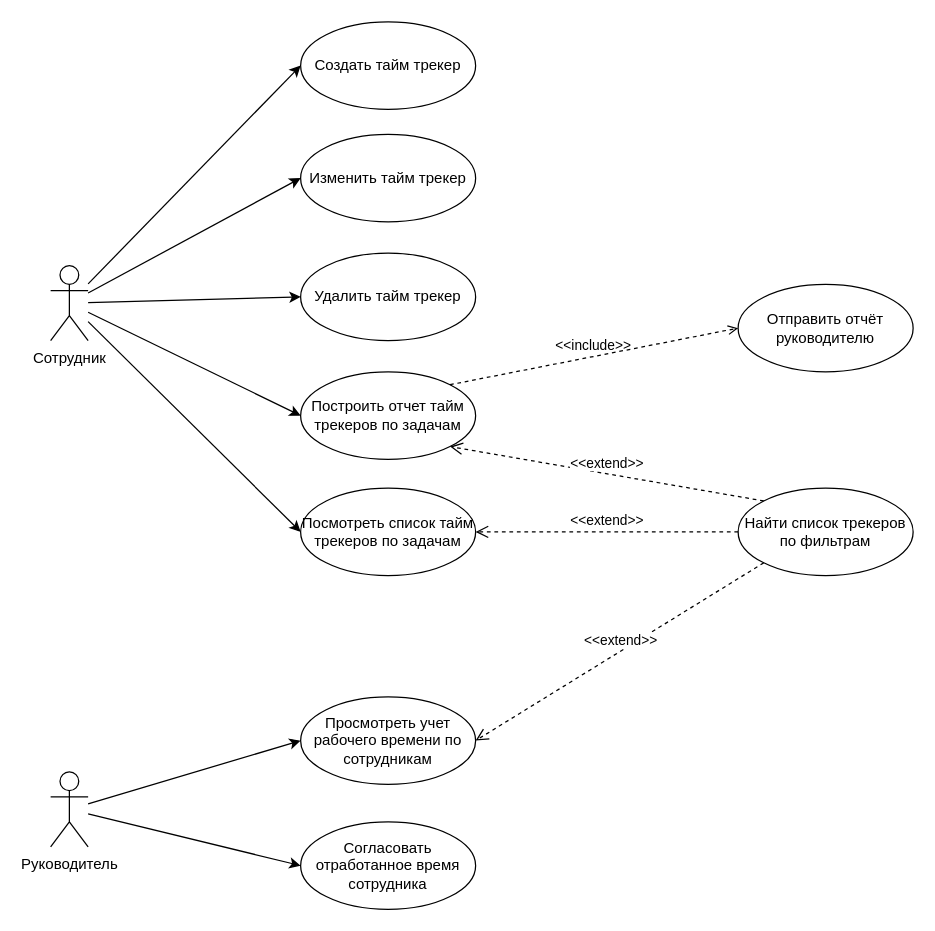
Above: Description/TimeTrackingWorkSystem/TimeTrackingWorkSystem.drawio in Fox5113/corporate-social-system (draw.io), before the change. Source tidied: cells renumbered, new cells numbered last; positions are measured from the earlier drawing's top-left corner, leaving out a move shared by most shapes. Both pictures are drawn from the tidied source at 125%, with x=0, y=0 at pixel (50, 21).
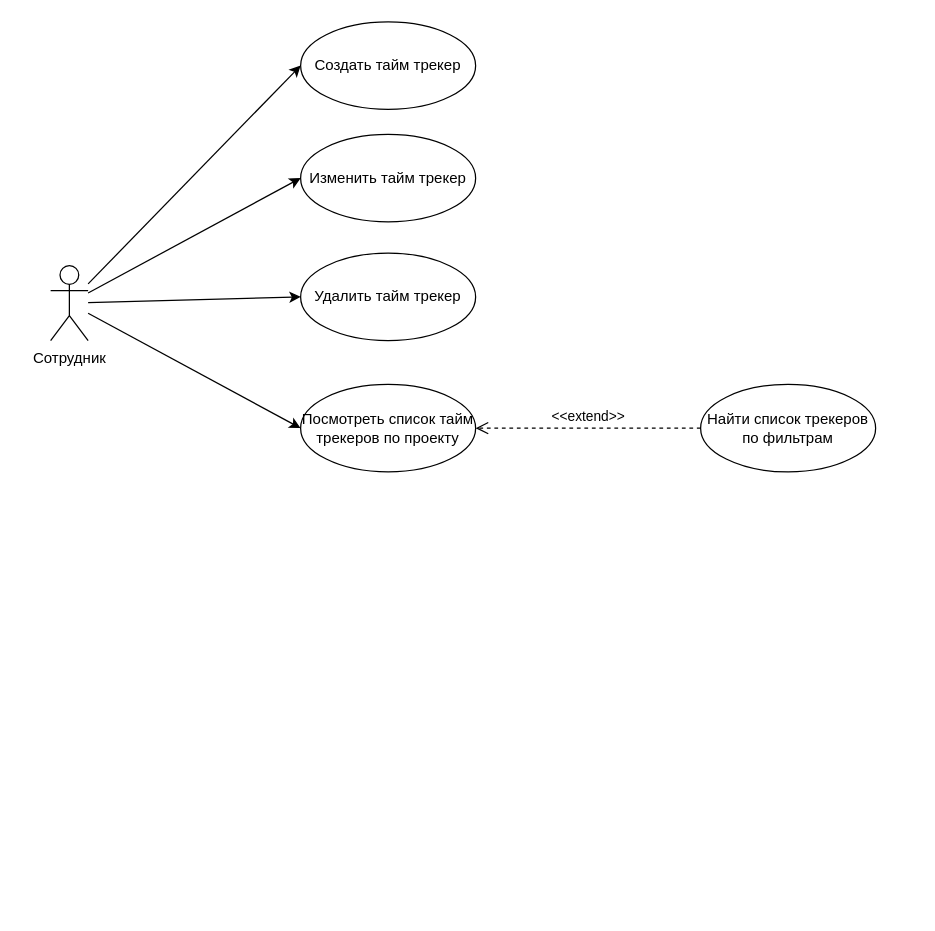
The same diagram, later.

The change refers to these unchanged cells:
```xml
<mxCell id="7" value="Сотрудник" style="shape=umlActor;verticalLabelPosition=bottom;verticalAlign=top;html=1;" parent="1" vertex="1">
  <mxGeometry y="195" width="30" height="60" as="geometry" />
</mxCell>
```

Diff of the diagram source:
```diff
@@
-    <mxCell id="6" style="edgeStyle=none;html=1;entryX=0;entryY=0.5;entryDx=0;entryDy=0;" parent="1" edge="1" source="7" target="15">
-      <mxGeometry relative="1" as="geometry" />
-    </mxCell>
@@
     <mxCell id="11" value="Найти список трекеров по фильтрам" style="ellipse;whiteSpace=wrap;html=1;" parent="1" vertex="1">
-      <mxGeometry x="550" y="373" width="140" height="70" as="geometry" />
+      <mxGeometry x="520" y="290" width="140" height="70" as="geometry" />
     </mxCell>
@@
-    <mxCell id="13" value="&amp;lt;&amp;lt;extend&amp;gt;&amp;gt;" style="html=1;verticalAlign=bottom;endArrow=open;dashed=1;endSize=8;curved=0;rounded=0;entryX=1;entryY=1;entryDx=0;entryDy=0;exitX=0;exitY=0;exitDx=0;exitDy=0;" parent="1" edge="1" source="11" target="15">
-      <mxGeometry relative="1" as="geometry" />
-    </mxCell>
-    <mxCell id="14" value="Посмотреть список тайм трекеров по задачам" style="ellipse;whiteSpace=wrap;html=1;" parent="1" vertex="1">
-      <mxGeometry x="200" y="373" width="140" height="70" as="geometry" />
+    <mxCell id="14" value="Посмотреть список тайм трекеров по проекту" style="ellipse;whiteSpace=wrap;html=1;" parent="1" vertex="1">
+      <mxGeometry x="200" y="290" width="140" height="70" as="geometry" />
     </mxCell>
-    <mxCell id="15" value="Построить отчет тайм трекеров по задачам" style="ellipse;whiteSpace=wrap;html=1;" parent="1" vertex="1">
-      <mxGeometry x="200" y="280" width="140" height="70" as="geometry" />
-    </mxCell>
-    <mxCell id="16" style="edgeStyle=none;html=1;entryX=0;entryY=0.5;entryDx=0;entryDy=0;" parent="1" edge="1" source="18" target="19">
-      <mxGeometry relative="1" as="geometry" />
-    </mxCell>
-    <mxCell id="17" style="edgeStyle=none;html=1;entryX=0;entryY=0.5;entryDx=0;entryDy=0;" parent="1" edge="1" source="18" target="21">
-      <mxGeometry relative="1" as="geometry" />
-    </mxCell>
-    <mxCell id="18" value="Руководитель&lt;br&gt;" style="shape=umlActor;verticalLabelPosition=bottom;verticalAlign=top;html=1;" parent="1" vertex="1">
-      <mxGeometry y="600" width="30" height="60" as="geometry" />
-    </mxCell>
-    <mxCell id="19" value="Просмотреть учет рабочего времени по сотрудникам" style="ellipse;whiteSpace=wrap;html=1;" parent="1" vertex="1">
-      <mxGeometry x="200" y="540" width="140" height="70" as="geometry" />
-    </mxCell>
-    <mxCell id="20" value="&amp;lt;&amp;lt;extend&amp;gt;&amp;gt;" style="html=1;verticalAlign=bottom;endArrow=open;dashed=1;endSize=8;curved=0;rounded=0;entryX=1;entryY=0.5;entryDx=0;entryDy=0;exitX=0;exitY=1;exitDx=0;exitDy=0;" parent="1" edge="1" source="11" target="19">
-      <mxGeometry relative="1" as="geometry" />
-    </mxCell>
-    <mxCell id="21" value="Согласовать отработанное время сотрудника" style="ellipse;whiteSpace=wrap;html=1;" parent="1" vertex="1">
-      <mxGeometry x="200" y="640" width="140" height="70" as="geometry" />
-    </mxCell>
-    <mxCell id="22" value="Отправить отчёт руководителю" style="ellipse;whiteSpace=wrap;html=1;" parent="1" vertex="1">
-      <mxGeometry x="550" y="210" width="140" height="70" as="geometry" />
-    </mxCell>
-    <mxCell id="23" value="&amp;lt;&amp;lt;include&amp;gt;&amp;gt;" style="html=1;verticalAlign=bottom;labelBackgroundColor=none;endArrow=open;endFill=0;dashed=1;rounded=0;exitX=1;exitY=0;exitDx=0;exitDy=0;entryX=0;entryY=0.5;entryDx=0;entryDy=0;" parent="1" edge="1" source="15" target="22">
-      <mxGeometry relative="1" as="geometry" />
-    </mxCell>
```
